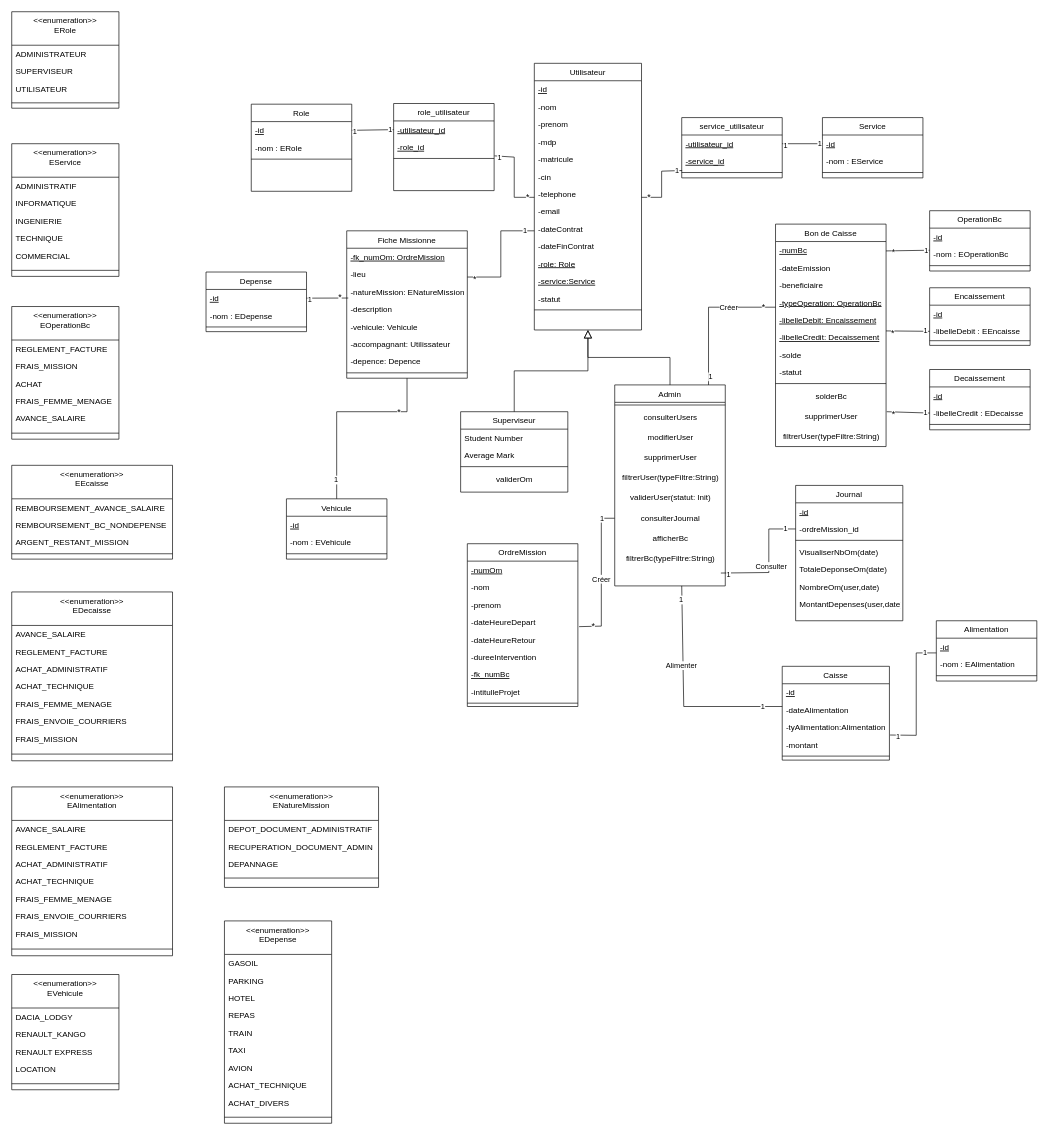
Before: ClassDiagram.drawio in BARIGOU-Imane/Gestion-des-Ordres-de-Mission, a draw.io diagram. Source tidied: cells renumbered, new cells numbered last; positions are measured from the earlier drawing's top-left corner, leaving out a move shared by most shapes. Both pictures are drawn from the tidied source at 67%, with x=0, y=0 at pixel (11, 11).
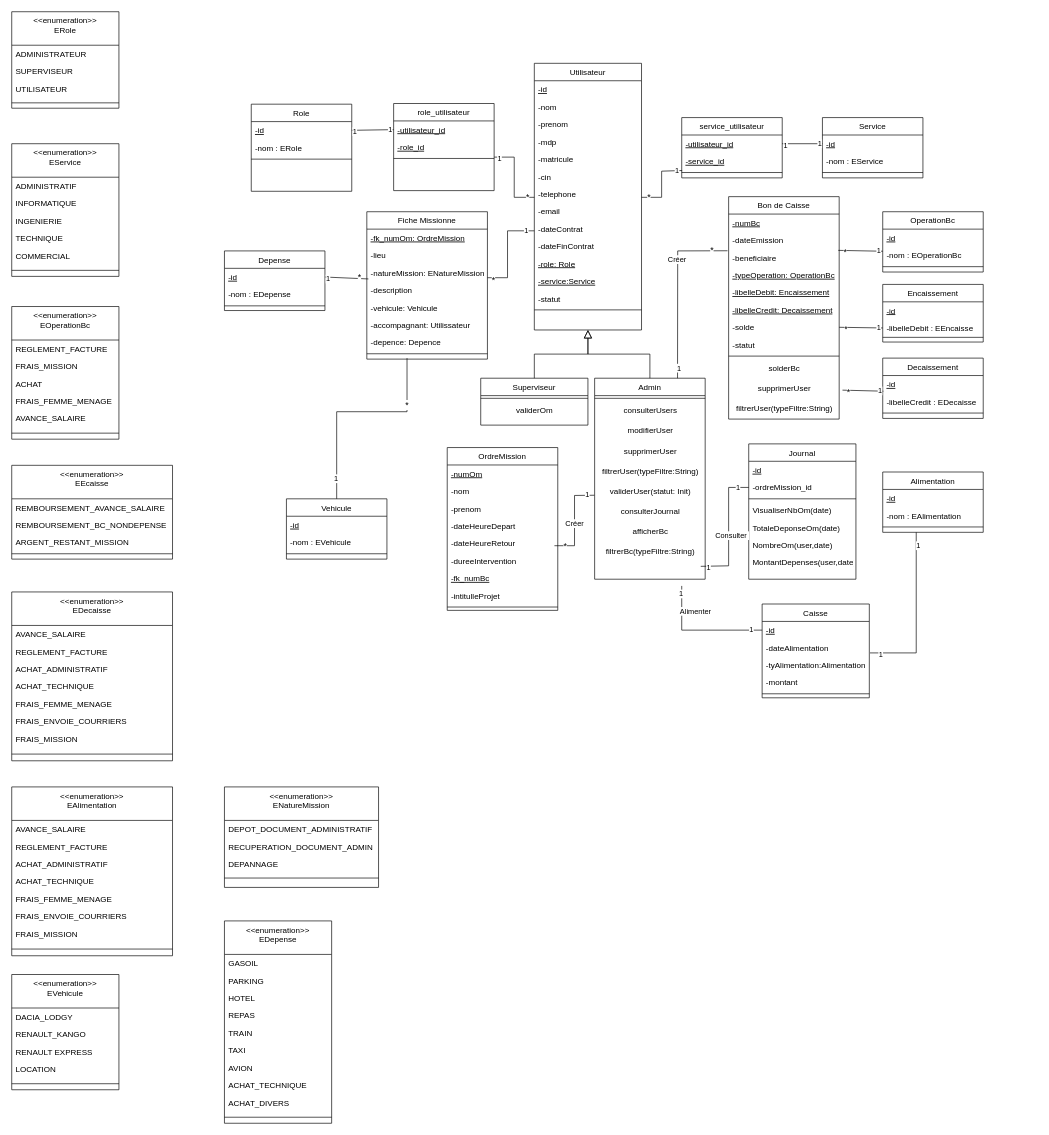
The same page after the edit.

The change refers to these unchanged cells:
```xml
<mxCell id="30" value="validerUser(statut: Init)" style="text;html=1;align=center;verticalAlign=middle;points=[];strokeColor=none;fillColor=none;" parent="24" vertex="1">
  <mxGeometry y="154" width="165" height="30" as="geometry" />
</mxCell>
<mxCell id="31" value="consulterJournal" style="text;html=1;align=center;verticalAlign=middle;points=[];strokeColor=none;fillColor=none;" parent="24" vertex="1">
  <mxGeometry y="184" width="165" height="30" as="geometry" />
</mxCell>
<mxCell id="33" value="filtrerBc(typeFiltre:String)" style="text;html=1;align=center;verticalAlign=middle;points=[];strokeColor=none;fillColor=none;" parent="24" vertex="1">
  <mxGeometry y="244" width="165" height="30" as="geometry" />
</mxCell>
<mxCell id="38" style="line;html=1;strokeWidth=1;align=left;verticalAlign=middle;spacingTop=-1;spacingLeft=3;spacingRight=3;labelPosition=right;points=[];portConstraint=eastwest;" parent="35" vertex="1">
  <mxGeometry y="78" width="150" height="8" as="geometry" />
</mxCell>
<mxCell id="77" value="-ordreMission_id" style="text;align=left;verticalAlign=top;spacingLeft=4;spacingRight=4;overflow=hidden;points=[[0,0.5],[1,0.5]];portConstraint=eastwest;" parent="75" vertex="1">
  <mxGeometry y="52" width="160" height="26" as="geometry" />
</mxCell>
<mxCell id="90" value="-beneficiaire" style="text;align=left;verticalAlign=top;spacingLeft=4;spacingRight=4;overflow=hidden;points=[[0,0.5],[1,0.5]];portConstraint=eastwest;" parent="87" vertex="1">
  <mxGeometry y="78" width="165" height="26" as="geometry" />
</mxCell>
<mxCell id="94" value="-solde" style="text;align=left;verticalAlign=top;spacingLeft=4;spacingRight=4;overflow=hidden;points=[[0,0.5],[1,0.5]];portConstraint=eastwest;" parent="87" vertex="1">
  <mxGeometry y="182" width="165" height="26" as="geometry" />
</mxCell>
<mxCell id="98" value="supprimerUser" style="text;html=1;align=center;verticalAlign=middle;points=[];strokeColor=none;fillColor=none;" parent="87" vertex="1">
  <mxGeometry y="272" width="165" height="30" as="geometry" />
</mxCell>
<mxCell id="106" value="-nom : EOperationBc" style="text;align=left;verticalAlign=top;spacingLeft=4;spacingRight=4;overflow=hidden;points=[[0,0.5],[1,0.5]];portConstraint=eastwest;rounded=0;shadow=0;html=0;" parent="104" vertex="1">
  <mxGeometry y="52" width="150" height="26" as="geometry" />
</mxCell>
<mxCell id="120" value="-libelleDebit : EEncaisse" style="text;align=left;verticalAlign=top;spacingLeft=4;spacingRight=4;overflow=hidden;points=[[0,0.5],[1,0.5]];portConstraint=eastwest;rounded=0;shadow=0;html=0;" parent="118" vertex="1">
  <mxGeometry y="52" width="150" height="26" as="geometry" />
</mxCell>
<mxCell id="138" value="-libelleCredit : EDecaisse" style="text;align=left;verticalAlign=top;spacingLeft=4;spacingRight=4;overflow=hidden;points=[[0,0.5],[1,0.5]];portConstraint=eastwest;rounded=0;shadow=0;html=0;" parent="136" vertex="1">
  <mxGeometry y="52" width="150" height="26" as="geometry" />
</mxCell>
<mxCell id="151" value="-dateHeureRetour" style="text;align=left;verticalAlign=top;spacingLeft=4;spacingRight=4;overflow=hidden;points=[[0,0.5],[1,0.5]];portConstraint=eastwest;fontStyle=0;" parent="146" vertex="1">
  <mxGeometry y="130" width="165" height="26" as="geometry" />
</mxCell>
<mxCell id="161" value="-id" style="text;align=left;verticalAlign=top;spacingLeft=4;spacingRight=4;overflow=hidden;points=[[0,0.5],[1,0.5]];portConstraint=eastwest;rounded=0;shadow=0;html=0;fontStyle=4;" parent="160" vertex="1">
  <mxGeometry y="26" width="160" height="26" as="geometry" />
</mxCell>
<mxCell id="164" value="-montant" style="text;align=left;verticalAlign=top;spacingLeft=4;spacingRight=4;overflow=hidden;points=[[0,0.5],[1,0.5]];portConstraint=eastwest;" parent="160" vertex="1">
  <mxGeometry y="104" width="160" height="26" as="geometry" />
</mxCell>
<mxCell id="195" value="Vehicule" style="swimlane;fontStyle=0;align=center;verticalAlign=top;horizontal=1;startSize=26;rounded=0;shadow=0;strokeWidth=1;" parent="1" vertex="1">
  <mxGeometry x="410" y="727" width="150" height="90" as="geometry" />
</mxCell>
```

Diff of the diagram source:
```diff
@@
     <mxCell id="18" value="Superviseur" style="swimlane;fontStyle=0;align=center;verticalAlign=top;horizontal=1;startSize=26;rounded=0;shadow=0;strokeWidth=1;" parent="1" vertex="1">
-      <mxGeometry x="670" y="597" width="160" height="120" as="geometry" />
+      <mxGeometry x="700" y="547" width="160" height="70" as="geometry" />
     </mxCell>
-    <mxCell id="19" value="Student Number" style="text;align=left;verticalAlign=top;spacingLeft=4;spacingRight=4;overflow=hidden;" parent="18" vertex="1">
-      <mxGeometry y="26" width="160" height="26" as="geometry" />
-    </mxCell>
-    <mxCell id="20" value="Average Mark" style="text;align=left;verticalAlign=top;spacingLeft=4;spacingRight=4;overflow=hidden;rounded=0;shadow=0;html=0;" parent="18" vertex="1">
-      <mxGeometry y="52" width="160" height="26" as="geometry" />
-    </mxCell>
     <mxCell id="21" style="line;html=1;strokeWidth=1;align=left;verticalAlign=middle;spacingTop=-1;spacingLeft=3;spacingRight=3;labelPosition=right;" parent="18" vertex="1">
-      <mxGeometry y="78" width="160" height="8" as="geometry" />
+      <mxGeometry y="26" width="160" height="8" as="geometry" />
     </mxCell>
     <mxCell id="22" value="validerOm" style="text;html=1;align=center;verticalAlign=middle;strokeColor=none;fillColor=none;" parent="18" vertex="1">
-      <mxGeometry y="86" width="160" height="30" as="geometry" />
+      <mxGeometry y="34" width="160" height="30" as="geometry" />
     </mxCell>
@@
     <mxCell id="24" value="Admin" style="swimlane;fontStyle=0;align=center;verticalAlign=top;horizontal=1;startSize=26;rounded=0;shadow=0;strokeWidth=1;" parent="1" vertex="1">
-      <mxGeometry x="900" y="557" width="165" height="300" as="geometry" />
+      <mxGeometry x="870" y="547" width="165" height="300" as="geometry" />
     </mxCell>
@@
-    <mxCell id="44" style="endArrow=none;html=1;rounded=0;exitX=1.003;exitY=0.014;exitDx=0;exitDy=0;exitPerimeter=0;" parent="1" edge="1" source="38">
+    <mxCell id="44" style="endArrow=none;html=1;rounded=0;" parent="1" edge="1">
       <mxGeometry relative="1" as="geometry">
+        <mxPoint x="720" y="217" as="sourcePoint" />
         <mxPoint x="780" y="277" as="targetPoint" />
         <Array as="points">
           <mxPoint x="750" y="217" />
           <mxPoint x="750" y="277" />
         </Array>
       </mxGeometry>
     </mxCell>
@@
     <mxCell id="75" value="Journal" style="swimlane;fontStyle=0;align=center;verticalAlign=top;horizontal=1;startSize=26;rounded=0;shadow=0;strokeWidth=1;" parent="1" vertex="1">
-      <mxGeometry x="1170" y="707" width="160" height="202" as="geometry" />
+      <mxGeometry x="1100" y="645" width="160" height="202" as="geometry" />
     </mxCell>
@@
     <mxCell id="83" style="endArrow=none;html=1;rounded=0;entryX=0;entryY=0.5;entryDx=0;entryDy=0;exitX=0.96;exitY=1.226;exitDx=0;exitDy=0;exitPerimeter=0;" parent="1" edge="1" source="33" target="77">
       <mxGeometry relative="1" as="geometry">
         <Array as="points">
-          <mxPoint x="1130" y="837" />
-          <mxPoint x="1130" y="772" />
+          <mxPoint x="1070" y="827" />
+          <mxPoint x="1070" y="710" />
         </Array>
       </mxGeometry>
     </mxCell>
@@
     <mxCell id="87" value="Bon de Caisse" style="swimlane;fontStyle=0;align=center;verticalAlign=top;horizontal=1;startSize=26;rounded=0;shadow=0;strokeWidth=1;" parent="1" vertex="1">
-      <mxGeometry x="1140" y="317" width="165" height="332" as="geometry" />
+      <mxGeometry x="1070" y="276" width="165" height="332" as="geometry" />
     </mxCell>
@@
-    <mxCell id="100" style="endArrow=none;html=1;rounded=0;" parent="1" edge="1">
+    <mxCell id="100" style="endArrow=none;html=1;rounded=0;entryX=-0.01;entryY=0.106;entryDx=0;entryDy=0;entryPerimeter=0;exitX=0.75;exitY=0;exitDx=0;exitDy=0;" parent="1" edge="1" source="24" target="90">
       <mxGeometry relative="1" as="geometry">
-        <mxPoint x="1040" y="557" as="sourcePoint" />
-        <mxPoint x="1140" y="441" as="targetPoint" />
         <Array as="points">
-          <mxPoint x="1040" y="441" />
+          <mxPoint x="994" y="357" />
         </Array>
       </mxGeometry>
     </mxCell>
@@
     <mxCell id="104" value="OperationBc" style="swimlane;fontStyle=0;align=center;verticalAlign=top;horizontal=1;startSize=26;rounded=0;shadow=0;strokeWidth=1;" parent="1" vertex="1">
-      <mxGeometry x="1370" y="297" width="150" height="90" as="geometry" />
+      <mxGeometry x="1300" y="298.5" width="150" height="90" as="geometry" />
     </mxCell>
@@
-    <mxCell id="115" style="endArrow=none;html=1;rounded=0;exitX=1;exitY=0.731;exitDx=0;exitDy=0;exitPerimeter=0;entryX=0;entryY=0.269;entryDx=0;entryDy=0;entryPerimeter=0;" parent="1" edge="1" target="106">
-      <mxGeometry relative="1" as="geometry">
-        <mxPoint x="1305" y="357" as="sourcePoint" />
-      </mxGeometry>
+    <mxCell id="115" style="endArrow=none;html=1;rounded=0;exitX=0.992;exitY=0.084;exitDx=0;exitDy=0;exitPerimeter=0;entryX=0;entryY=0.269;entryDx=0;entryDy=0;entryPerimeter=0;" parent="1" edge="1" source="90" target="106">
+      <mxGeometry relative="1" as="geometry" />
     </mxCell>
@@
     <mxCell id="118" value="Encaissement" style="swimlane;fontStyle=0;align=center;verticalAlign=top;horizontal=1;startSize=26;rounded=0;shadow=0;strokeWidth=1;" parent="1" vertex="1">
-      <mxGeometry x="1370" y="412" width="150" height="86" as="geometry" />
+      <mxGeometry x="1300" y="407" width="150" height="86" as="geometry" />
     </mxCell>
@@
     <mxCell id="136" value="Decaissement" style="swimlane;fontStyle=0;align=center;verticalAlign=top;horizontal=1;startSize=26;rounded=0;shadow=0;strokeWidth=1;" parent="1" vertex="1">
-      <mxGeometry x="1370" y="534" width="150" height="90" as="geometry" />
+      <mxGeometry x="1300" y="517" width="150" height="90" as="geometry" />
     </mxCell>
@@
-    <mxCell id="140" style="endArrow=none;html=1;rounded=0;exitX=1;exitY=0.731;exitDx=0;exitDy=0;exitPerimeter=0;entryX=0;entryY=0.5;entryDx=0;entryDy=0;" parent="1" edge="1" target="120">
-      <mxGeometry relative="1" as="geometry">
-        <mxPoint x="1305" y="476.4" as="sourcePoint" />
-      </mxGeometry>
+    <mxCell id="140" style="endArrow=none;html=1;rounded=0;entryX=0;entryY=0.5;entryDx=0;entryDy=0;exitX=1;exitY=0.5;exitDx=0;exitDy=0;" parent="1" edge="1" source="94" target="120">
+      <mxGeometry relative="1" as="geometry" />
     </mxCell>
@@
-    <mxCell id="143" style="endArrow=none;html=1;rounded=0;entryX=0;entryY=0.5;entryDx=0;entryDy=0;" parent="1" edge="1" target="138">
-      <mxGeometry relative="1" as="geometry">
-        <mxPoint x="1306" y="597" as="sourcePoint" />
-      </mxGeometry>
+    <mxCell id="143" style="endArrow=none;html=1;rounded=0;entryX=0.007;entryY=-0.101;entryDx=0;entryDy=0;exitX=1.03;exitY=0.56;exitDx=0;exitDy=0;exitPerimeter=0;entryPerimeter=0;" parent="1" edge="1" source="98" target="138">
+      <mxGeometry relative="1" as="geometry" />
     </mxCell>
@@
     <mxCell id="146" value="OrdreMission" style="swimlane;fontStyle=0;align=center;verticalAlign=top;horizontal=1;startSize=26;rounded=0;shadow=0;strokeWidth=1;" parent="1" vertex="1">
-      <mxGeometry x="680" y="794" width="165" height="243" as="geometry" />
+      <mxGeometry x="650" y="650.5" width="165" height="243" as="geometry" />
     </mxCell>
@@
-    <mxCell id="156" style="endArrow=none;html=1;rounded=0;entryX=-0.001;entryY=0.5;entryDx=0;entryDy=0;entryPerimeter=0;exitX=1.011;exitY=-0.239;exitDx=0;exitDy=0;exitPerimeter=0;" parent="1" edge="1" source="151" target="31">
+    <mxCell id="156" style="endArrow=none;html=1;rounded=0;entryX=-0.002;entryY=0.689;entryDx=0;entryDy=0;entryPerimeter=0;" parent="1" edge="1" target="30">
       <mxGeometry relative="1" as="geometry">
+        <mxPoint x="810" y="797" as="sourcePoint" />
         <Array as="points">
-          <mxPoint x="880" y="917" />
-          <mxPoint x="880" y="756" />
+          <mxPoint x="840" y="797" />
+          <mxPoint x="840" y="722" />
         </Array>
       </mxGeometry>
     </mxCell>
@@
     <mxCell id="160" value="Caisse" style="swimlane;fontStyle=0;align=center;verticalAlign=top;horizontal=1;startSize=26;rounded=0;shadow=0;strokeWidth=1;" parent="1" vertex="1">
-      <mxGeometry x="1150" y="977" width="160" height="140" as="geometry" />
+      <mxGeometry x="1120" y="884" width="160" height="140" as="geometry" />
     </mxCell>
@@
-    <mxCell id="166" style="endArrow=none;html=1;rounded=0;" parent="1" edge="1">
+    <mxCell id="166" style="endArrow=none;html=1;rounded=0;entryX=0;entryY=0.5;entryDx=0;entryDy=0;" parent="1" edge="1" target="161">
       <mxGeometry relative="1" as="geometry">
         <mxPoint x="1000" y="857" as="sourcePoint" />
-        <mxPoint x="1150" y="1037" as="targetPoint" />
         <Array as="points">
-          <mxPoint x="1003" y="1037" />
+          <mxPoint x="1000" y="923" />
         </Array>
       </mxGeometry>
     </mxCell>
@@
     <mxCell id="179" value="Alimentation" style="swimlane;fontStyle=0;align=center;verticalAlign=top;horizontal=1;startSize=26;rounded=0;shadow=0;strokeWidth=1;" parent="1" vertex="1">
-      <mxGeometry x="1380" y="909" width="150" height="90" as="geometry" />
+      <mxGeometry x="1300" y="687" width="150" height="90" as="geometry" />
     </mxCell>
@@
-    <mxCell id="183" style="endArrow=none;html=1;rounded=0;exitX=1.006;exitY=-0.056;exitDx=0;exitDy=0;exitPerimeter=0;" parent="1" edge="1" source="164">
+    <mxCell id="183" style="endArrow=none;html=1;rounded=0;" parent="1" edge="1">
       <mxGeometry relative="1" as="geometry">
-        <mxPoint x="1380" y="957" as="targetPoint" />
+        <mxPoint x="1281" y="957" as="sourcePoint" />
+        <mxPoint x="1350" y="777" as="targetPoint" />
         <Array as="points">
-          <mxPoint x="1350" y="1080" />
           <mxPoint x="1350" y="957" />
         </Array>
       </mxGeometry>
     </mxCell>
@@
     <mxCell id="186" value="Fiche Missionne" style="swimlane;fontStyle=0;align=center;verticalAlign=top;horizontal=1;startSize=26;rounded=0;shadow=0;strokeWidth=1;" parent="1" vertex="1">
-      <mxGeometry x="500" y="327" width="180" height="220" as="geometry" />
+      <mxGeometry x="530" y="298.5" width="180" height="220" as="geometry" />
     </mxCell>
@@
-    <mxCell id="199" style="endArrow=none;html=1;rounded=0;entryX=0.5;entryY=0;entryDx=0;entryDy=0;exitX=0.5;exitY=1;exitDx=0;exitDy=0;" parent="1" edge="1" source="186" target="195">
+    <mxCell id="199" style="endArrow=none;html=1;rounded=0;entryX=0.5;entryY=0;entryDx=0;entryDy=0;" parent="1" edge="1" target="195">
       <mxGeometry relative="1" as="geometry">
+        <mxPoint x="590" y="517" as="sourcePoint" />
         <Array as="points">
           <mxPoint x="590" y="597" />
           <mxPoint x="485" y="597" />
         </Array>
       </mxGeometry>
     </mxCell>
@@
     <mxCell id="208" value="Depense" style="swimlane;fontStyle=0;align=center;verticalAlign=top;horizontal=1;startSize=26;rounded=0;shadow=0;strokeWidth=1;" parent="1" vertex="1">
-      <mxGeometry x="290" y="388.5" width="150" height="89" as="geometry" />
+      <mxGeometry x="317.5" y="357" width="150" height="89" as="geometry" />
     </mxCell>
@@
-    <mxCell id="231" style="endArrow=none;html=1;rounded=0;exitX=1;exitY=0.5;exitDx=0;exitDy=0;" parent="1" edge="1">
+    <mxCell id="231" style="endArrow=none;html=1;rounded=0;" parent="1" edge="1">
       <mxGeometry relative="1" as="geometry">
-        <mxPoint x="680" y="396" as="sourcePoint" />
+        <mxPoint x="710" y="397" as="sourcePoint" />
         <mxPoint x="780" y="327" as="targetPoint" />
         <Array as="points">
-          <mxPoint x="730" y="396" />
-          <mxPoint x="730" y="327" />
+          <mxPoint x="740" y="397" />
+          <mxPoint x="740" y="327" />
         </Array>
       </mxGeometry>
     </mxCell>
```
